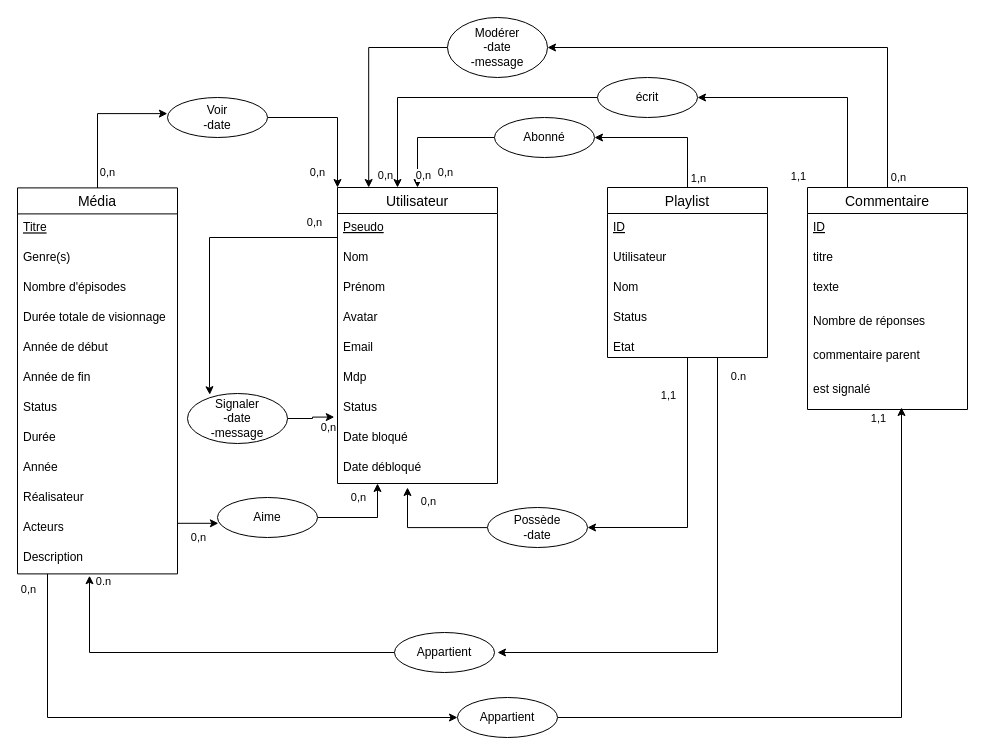
Above: page "MCD" (1 of 2) of public/jalon1/analyse/MCD_MLD.drawio in VinLeclercq/CDAW (draw.io), before the change. Source tidied: cells renumbered, new cells numbered last; positions are measured from the earlier drawing's top-left corner, leaving out a move shared by most shapes. Both pictures are drawn from the tidied source at 100%, with x=0, y=0 at pixel (17, 17).
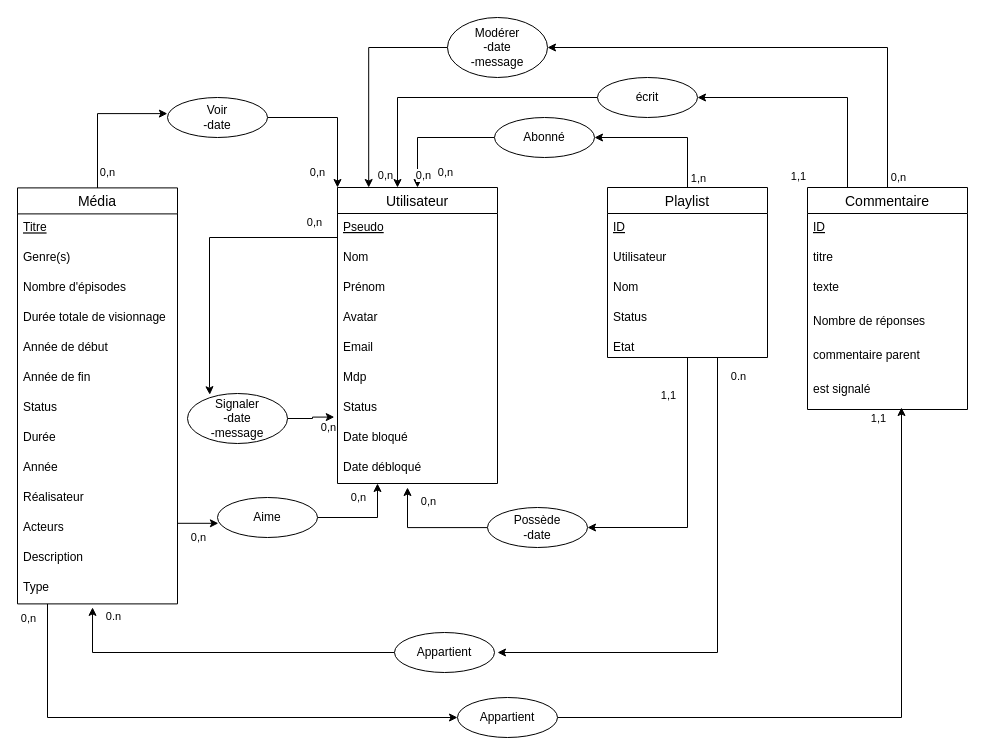
The same page after the edit.

The change refers to these unchanged cells:
```xml
<mxCell id="18" value="Description" style="text;strokeColor=none;fillColor=none;spacingLeft=4;spacingRight=4;overflow=hidden;points=[[0,0.5],[1,0.5]];portConstraint=eastwest;fontSize=12;" parent="6" vertex="1">
  <mxGeometry y="356" width="160" height="30" as="geometry" />
</mxCell>
<mxCell id="46" value="Appartient" style="ellipse;whiteSpace=wrap;html=1;align=center;" parent="1" vertex="1">
  <mxGeometry x="377" y="615" width="100" height="40" as="geometry" />
</mxCell>
```

What changed in the source:
```diff
@@
     <mxCell id="6" value="Média" style="swimlane;fontStyle=0;horizontal=1;startSize=26;align=center;fontSize=14;" parent="1" vertex="1">
-      <mxGeometry y="170.4" width="160" height="386" as="geometry" />
+      <mxGeometry y="170.4" width="160" height="416" as="geometry" />
     </mxCell>
@@
+    <mxCell id="83" value="Type" style="text;strokeColor=none;fillColor=none;spacingLeft=4;spacingRight=4;overflow=hidden;points=[[0,0.5],[1,0.5]];portConstraint=eastwest;fontSize=12;" parent="6" vertex="1">
+      <mxGeometry y="386" width="160" height="30" as="geometry" />
+    </mxCell>
@@
-    <mxCell id="45" style="edgeStyle=orthogonalEdgeStyle;rounded=0;jettySize=auto;html=1;entryX=0.45;entryY=1.061;entryDx=0;entryDy=0;entryPerimeter=0;" parent="1" edge="1" source="46" target="18">
+    <mxCell id="45" style="edgeStyle=orthogonalEdgeStyle;rounded=0;jettySize=auto;html=1;entryX=0.469;entryY=1.116;entryDx=0;entryDy=0;entryPerimeter=0;" parent="1" edge="1" source="46" target="83">
       <mxGeometry relative="1" as="geometry">
         <Array as="points">
-          <mxPoint x="72" y="635" />
+          <mxPoint x="75" y="635" />
         </Array>
       </mxGeometry>
     </mxCell>
@@
     <mxCell id="60" value="0.n" style="edgeLabel;html=1;align=center;verticalAlign=middle;" parent="1" vertex="1">
-      <mxGeometry x="40" y="580.5" as="geometry">
+      <mxGeometry x="50" y="615" as="geometry">
         <mxPoint x="45" y="-17" as="offset" />
       </mxGeometry>
     </mxCell>
```
